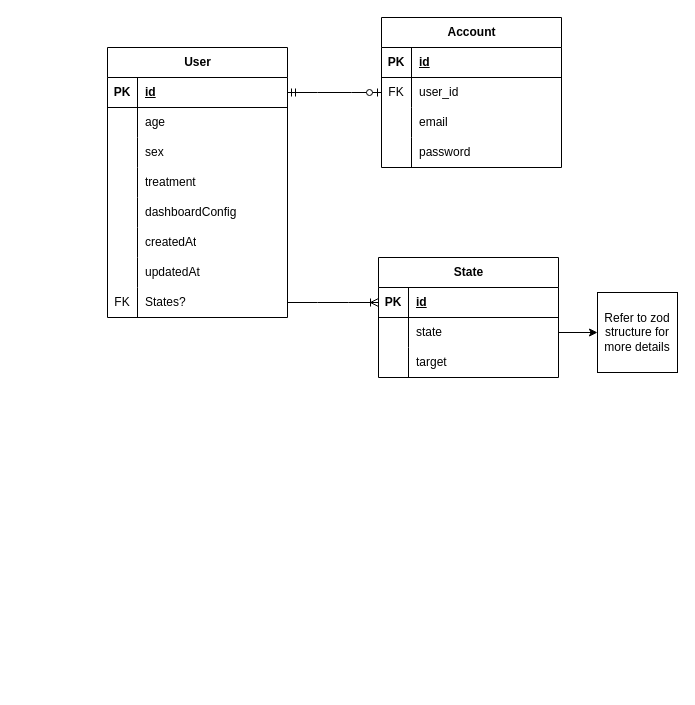
Before: my-llm-app-demo/database_diagram.drawio in checkpoint214159/MGC2025, a draw.io diagram. Source tidied: cells renumbered, new cells numbered last; positions are measured from the earlier drawing's top-left corner, leaving out a move shared by most shapes. Both pictures are drawn from the tidied source at 100%, with x=0, y=0 at pixel (107, 17).
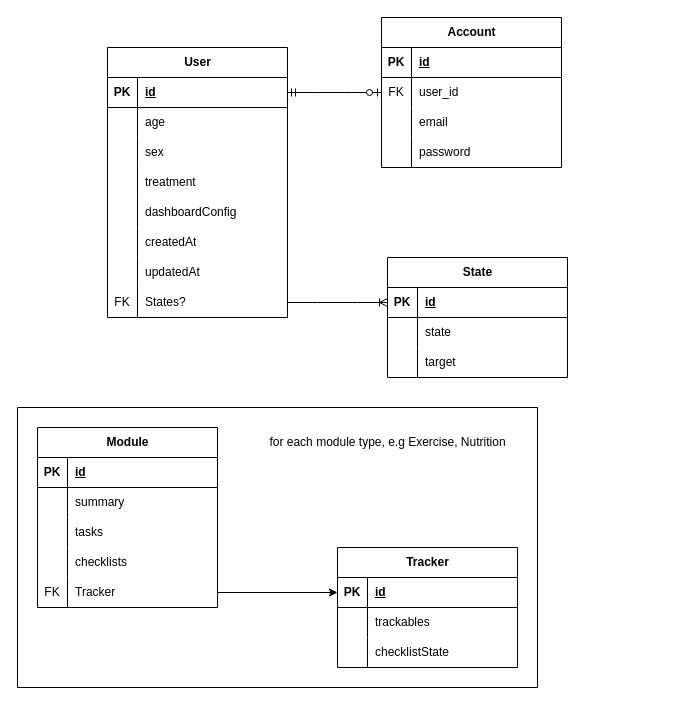
Above is the later version.

Unchanged cells that the change refers to:
```xml
<mxCell id="45" style="shape=tableRow;horizontal=0;startSize=0;swimlaneHead=0;swimlaneBody=0;fillColor=none;points=[[0,0.5],[1,0.5]];portConstraint=eastwest;top=0;left=0;right=0;bottom=0;" parent="41" vertex="1">
  <mxGeometry y="60" width="180" height="30" as="geometry" />
</mxCell>
```

Change to the diagram source:
```diff
@@
     <mxCell id="41" value="State" style="shape=table;startSize=30;childLayout=tableLayout;rowLines=0;fontStyle=1;align=center;html=1;" parent="1" vertex="1">
-      <mxGeometry x="271" y="240" width="180" height="120" as="geometry" />
+      <mxGeometry x="280" y="240" width="180" height="120" as="geometry" />
     </mxCell>
@@
-    <mxCell id="52" value="Refer to zod structure for more details" style="whiteSpace=wrap;html=1;" parent="1" vertex="1">
-      <mxGeometry x="490" y="275" width="80" height="80" as="geometry" />
+    <mxCell id="52" value="Module" style="shape=table;startSize=30;childLayout=tableLayout;rowLines=0;fontStyle=1;align=center;html=1;" parent="1" vertex="1">
+      <mxGeometry x="-70" y="410" width="180" height="180" as="geometry" />
     </mxCell>
-    <mxCell id="53" style="edgeStyle=none;html=1;exitX=1;exitY=0.5;exitDx=0;exitDy=0;entryX=0;entryY=0.5;entryDx=0;entryDy=0;" parent="1" edge="1" source="45" target="52">
-      <mxGeometry relative="1" as="geometry" />
+    <mxCell id="53" style="shape=tableRow;horizontal=0;startSize=0;swimlaneHead=0;swimlaneBody=0;fillColor=none;top=0;left=0;right=0;bottom=1;" parent="52" vertex="1">
+      <mxGeometry y="30" width="180" height="30" as="geometry" />
     </mxCell>
+    <mxCell id="54" value="PK" style="shape=partialRectangle;fillColor=none;top=0;left=0;bottom=0;right=0;fontStyle=1;overflow=hidden;whiteSpace=wrap;html=1;" parent="53" vertex="1">
+      <mxGeometry width="30" height="30" as="geometry" />
+    </mxCell>
+    <mxCell id="55" value="id" style="shape=partialRectangle;fillColor=none;top=0;left=0;bottom=0;right=0;align=left;spacingLeft=6;fontStyle=5;overflow=hidden;whiteSpace=wrap;html=1;" parent="53" vertex="1">
+      <mxGeometry x="30" width="150" height="30" as="geometry" />
+    </mxCell>
+    <mxCell id="56" style="shape=tableRow;horizontal=0;startSize=0;swimlaneHead=0;swimlaneBody=0;fillColor=none;top=0;left=0;right=0;bottom=0;" parent="52" vertex="1">
+      <mxGeometry y="60" width="180" height="30" as="geometry" />
+    </mxCell>
+    <mxCell id="57" style="shape=partialRectangle;fillColor=none;top=0;left=0;bottom=0;right=0;overflow=hidden;whiteSpace=wrap;html=1;" parent="56" vertex="1">
+      <mxGeometry width="30" height="30" as="geometry" />
+    </mxCell>
+    <mxCell id="58" value="summary" style="shape=partialRectangle;fillColor=none;top=0;left=0;bottom=0;right=0;align=left;spacingLeft=6;overflow=hidden;whiteSpace=wrap;html=1;" parent="56" vertex="1">
+      <mxGeometry x="30" width="150" height="30" as="geometry" />
+    </mxCell>
+    <mxCell id="59" style="shape=tableRow;horizontal=0;startSize=0;swimlaneHead=0;swimlaneBody=0;fillColor=none;top=0;left=0;right=0;bottom=0;" parent="52" vertex="1">
+      <mxGeometry y="90" width="180" height="30" as="geometry" />
+    </mxCell>
+    <mxCell id="60" style="shape=partialRectangle;fillColor=none;top=0;left=0;bottom=0;right=0;overflow=hidden;whiteSpace=wrap;html=1;" parent="59" vertex="1">
+      <mxGeometry width="30" height="30" as="geometry" />
+    </mxCell>
+    <mxCell id="61" value="tasks" style="shape=partialRectangle;fillColor=none;top=0;left=0;bottom=0;right=0;align=left;spacingLeft=6;overflow=hidden;whiteSpace=wrap;html=1;" parent="59" vertex="1">
+      <mxGeometry x="30" width="150" height="30" as="geometry" />
+    </mxCell>
+    <mxCell id="62" style="shape=tableRow;horizontal=0;startSize=0;swimlaneHead=0;swimlaneBody=0;fillColor=none;top=0;left=0;right=0;bottom=0;" parent="52" vertex="1">
+      <mxGeometry y="120" width="180" height="30" as="geometry" />
+    </mxCell>
+    <mxCell id="63" style="shape=partialRectangle;fillColor=none;top=0;left=0;bottom=0;right=0;overflow=hidden;whiteSpace=wrap;html=1;" parent="62" vertex="1">
+      <mxGeometry width="30" height="30" as="geometry" />
+    </mxCell>
+    <mxCell id="64" value="checklists" style="shape=partialRectangle;fillColor=none;top=0;left=0;bottom=0;right=0;align=left;spacingLeft=6;overflow=hidden;whiteSpace=wrap;html=1;" parent="62" vertex="1">
+      <mxGeometry x="30" width="150" height="30" as="geometry" />
+    </mxCell>
+    <mxCell id="65" style="shape=tableRow;horizontal=0;startSize=0;swimlaneHead=0;swimlaneBody=0;fillColor=none;points=[[0,0.5],[1,0.5]];portConstraint=eastwest;top=0;left=0;right=0;bottom=0;" parent="52" vertex="1">
+      <mxGeometry y="150" width="180" height="30" as="geometry" />
+    </mxCell>
+    <mxCell id="66" value="FK" style="shape=partialRectangle;fillColor=none;top=0;left=0;bottom=0;right=0;overflow=hidden;whiteSpace=wrap;html=1;" parent="65" vertex="1">
+      <mxGeometry width="30" height="30" as="geometry" />
+    </mxCell>
+    <mxCell id="67" value="Tracker" style="shape=partialRectangle;fillColor=none;top=0;left=0;bottom=0;right=0;align=left;spacingLeft=6;overflow=hidden;whiteSpace=wrap;html=1;" parent="65" vertex="1">
+      <mxGeometry x="30" width="150" height="30" as="geometry" />
+    </mxCell>
+    <mxCell id="68" value="Tracker" style="shape=table;startSize=30;childLayout=tableLayout;rowLines=0;fontStyle=1;align=center;html=1;" parent="1" vertex="1">
+      <mxGeometry x="230" y="530" width="180" height="120" as="geometry" />
+    </mxCell>
+    <mxCell id="69" style="shape=tableRow;horizontal=0;startSize=0;swimlaneHead=0;swimlaneBody=0;fillColor=none;points=[[0,0.5],[1,0.5]];portConstraint=eastwest;top=0;left=0;right=0;bottom=1;" parent="68" vertex="1">
+      <mxGeometry y="30" width="180" height="30" as="geometry" />
+    </mxCell>
+    <mxCell id="70" value="PK" style="shape=partialRectangle;fillColor=none;top=0;left=0;bottom=0;right=0;fontStyle=1;overflow=hidden;whiteSpace=wrap;html=1;" parent="69" vertex="1">
+      <mxGeometry width="30" height="30" as="geometry" />
+    </mxCell>
+    <mxCell id="71" value="id" style="shape=partialRectangle;fillColor=none;top=0;left=0;bottom=0;right=0;align=left;spacingLeft=6;fontStyle=5;overflow=hidden;whiteSpace=wrap;html=1;" parent="69" vertex="1">
+      <mxGeometry x="30" width="150" height="30" as="geometry" />
+    </mxCell>
+    <mxCell id="72" style="shape=tableRow;horizontal=0;startSize=0;swimlaneHead=0;swimlaneBody=0;fillColor=none;top=0;left=0;right=0;bottom=0;" parent="68" vertex="1">
+      <mxGeometry y="60" width="180" height="30" as="geometry" />
+    </mxCell>
+    <mxCell id="73" style="shape=partialRectangle;fillColor=none;top=0;left=0;bottom=0;right=0;overflow=hidden;whiteSpace=wrap;html=1;" parent="72" vertex="1">
+      <mxGeometry width="30" height="30" as="geometry" />
+    </mxCell>
+    <mxCell id="74" value="trackables" style="shape=partialRectangle;fillColor=none;top=0;left=0;bottom=0;right=0;align=left;spacingLeft=6;overflow=hidden;whiteSpace=wrap;html=1;" parent="72" vertex="1">
+      <mxGeometry x="30" width="150" height="30" as="geometry" />
+    </mxCell>
+    <mxCell id="75" style="shape=tableRow;horizontal=0;startSize=0;swimlaneHead=0;swimlaneBody=0;fillColor=none;top=0;left=0;right=0;bottom=0;" parent="68" vertex="1">
+      <mxGeometry y="90" width="180" height="30" as="geometry" />
+    </mxCell>
+    <mxCell id="76" style="shape=partialRectangle;fillColor=none;top=0;left=0;bottom=0;right=0;overflow=hidden;whiteSpace=wrap;html=1;" parent="75" vertex="1">
+      <mxGeometry width="30" height="30" as="geometry" />
+    </mxCell>
+    <mxCell id="77" value="checklistState" style="shape=partialRectangle;fillColor=none;top=0;left=0;bottom=0;right=0;align=left;spacingLeft=6;overflow=hidden;whiteSpace=wrap;html=1;" parent="75" vertex="1">
+      <mxGeometry x="30" width="150" height="30" as="geometry" />
+    </mxCell>
+    <mxCell id="78" style="edgeStyle=none;html=1;exitX=1;exitY=0.5;exitDx=0;exitDy=0;entryX=0;entryY=0.5;entryDx=0;entryDy=0;" parent="1" edge="1" source="65" target="69">
+      <mxGeometry relative="1" as="geometry" />
+    </mxCell>
+    <mxCell id="79" style="swimlane;startSize=0;" parent="1" vertex="1">
+      <mxGeometry x="-90" y="390" width="520" height="280" as="geometry" />
+    </mxCell>
+    <mxCell id="80" value="for each module type, e.g Exercise, Nutrition" style="text;html=1;align=center;verticalAlign=middle;strokeColor=none;fillColor=none;" parent="79" vertex="1">
+      <mxGeometry x="240" y="20" width="260" height="30" as="geometry" />
+    </mxCell>
```
